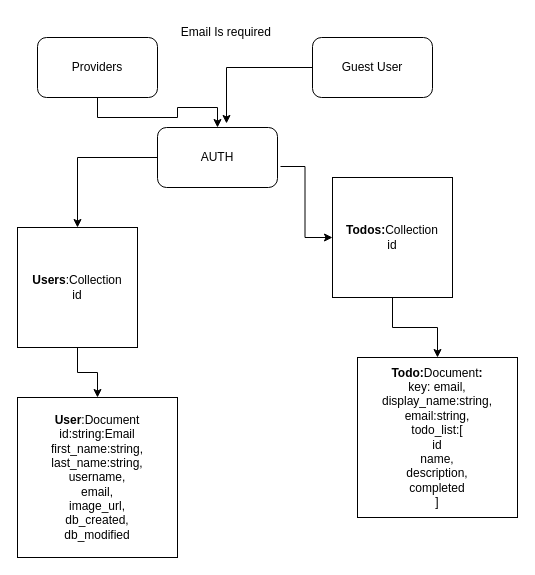
Above: page "Page-1" (1 of 2) of UI/Basic_Todo_App_DB_Mongo.drawio in NorbertoStudios/Basic_Todo_App (draw.io), before the change. Source tidied: cells renumbered, new cells numbered last; positions are measured from the earlier drawing's top-left corner, leaving out a move shared by most shapes. Both pictures are drawn from the tidied source at 100%, with x=0, y=0 at pixel (17, 17).
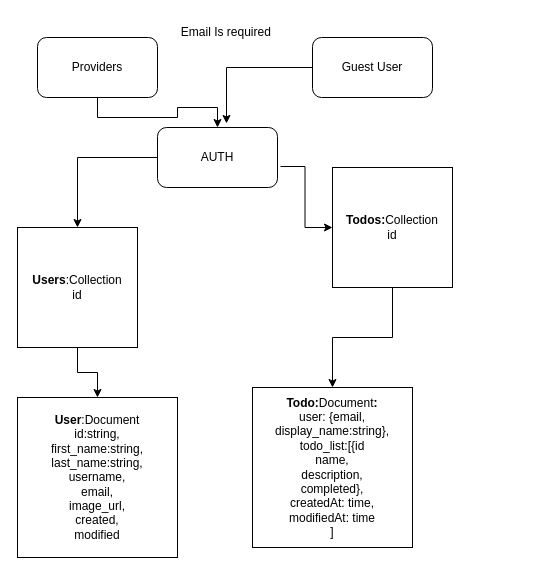
The same diagram, later.

Change to the diagram source:
```diff
@@
 <mxGraphModel>
   <root>
     <mxCell id="0" />
     <mxCell id="1" parent="0" />
     <mxCell id="2" style="edgeStyle=orthogonalEdgeStyle;rounded=0;jettySize=auto;html=1;entryX=0.5;entryY=0;entryDx=0;entryDy=0;" parent="1" edge="1" source="4" target="10">
       <mxGeometry relative="1" as="geometry" />
     </mxCell>
     <mxCell id="3" style="edgeStyle=orthogonalEdgeStyle;rounded=0;jettySize=auto;html=1;exitX=1.025;exitY=0.65;exitDx=0;exitDy=0;exitPerimeter=0;" parent="1" edge="1" source="15" target="12">
       <mxGeometry relative="1" as="geometry" />
     </mxCell>
     <mxCell id="4" value="&lt;b&gt;Users&lt;/b&gt;:Collection&lt;br&gt;id" style="whiteSpace=wrap;html=1;" parent="1" vertex="1">
       <mxGeometry y="210" width="120" height="120" as="geometry" />
     </mxCell>
     <mxCell id="5" style="edgeStyle=orthogonalEdgeStyle;rounded=0;jettySize=auto;html=1;" parent="1" edge="1" source="6" target="15">
       <mxGeometry relative="1" as="geometry" />
     </mxCell>
     <mxCell id="6" value="Providers" style="rounded=1;whiteSpace=wrap;html=1;" parent="1" vertex="1">
       <mxGeometry x="20" y="20" width="120" height="60" as="geometry" />
     </mxCell>
     <mxCell id="7" style="edgeStyle=orthogonalEdgeStyle;rounded=0;jettySize=auto;html=1;entryX=0.575;entryY=-0.067;entryDx=0;entryDy=0;entryPerimeter=0;" parent="1" edge="1" source="8" target="15">
       <mxGeometry relative="1" as="geometry" />
     </mxCell>
     <mxCell id="8" value="Guest User" style="rounded=1;whiteSpace=wrap;html=1;" parent="1" vertex="1">
       <mxGeometry x="295" y="20" width="120" height="60" as="geometry" />
     </mxCell>
     <mxCell id="9" value="Email Is required&amp;nbsp;" style="text;html=1;align=center;verticalAlign=middle;strokeColor=none;fillColor=none;" parent="1" vertex="1">
       <mxGeometry x="150" width="120" height="30" as="geometry" />
     </mxCell>
-    <mxCell id="10" value="&lt;b&gt;User&lt;/b&gt;:Document&lt;br&gt;id:string:Email&lt;br&gt;first_name:string,&lt;br&gt;last_name:string,&lt;br&gt;username,&lt;br&gt;email,&lt;br&gt;image_url,&lt;br&gt;&lt;div&gt;db_created,&lt;/div&gt;&lt;div&gt;db_modified&lt;/div&gt;" style="whiteSpace=wrap;html=1;" parent="1" vertex="1">
+    <mxCell id="10" value="&lt;b&gt;User&lt;/b&gt;:Document&lt;br&gt;id:string,&lt;br&gt;first_name:string,&lt;br&gt;last_name:string,&lt;br&gt;username,&lt;br&gt;email,&lt;br&gt;image_url,&lt;br&gt;&lt;div&gt;created,&lt;/div&gt;&lt;div&gt;modified&lt;/div&gt;" style="whiteSpace=wrap;html=1;" parent="1" vertex="1">
       <mxGeometry y="380" width="160" height="160" as="geometry" />
     </mxCell>
     <mxCell id="11" style="edgeStyle=orthogonalEdgeStyle;rounded=0;jettySize=auto;html=1;" parent="1" edge="1" source="12" target="13">
       <mxGeometry relative="1" as="geometry" />
     </mxCell>
     <mxCell id="12" value="&lt;b&gt;Todos:&lt;/b&gt;Collection&lt;br&gt;id" style="whiteSpace=wrap;html=1;" parent="1" vertex="1">
-      <mxGeometry x="315" y="160" width="120" height="120" as="geometry" />
+      <mxGeometry x="315" y="150" width="120" height="120" as="geometry" />
     </mxCell>
-    <mxCell id="13" value="&lt;b&gt;Todo:&lt;/b&gt;Document&lt;b&gt;:&lt;br&gt;&lt;/b&gt;key: email,&lt;br&gt;display_name:string,&lt;br&gt;email:string,&lt;br&gt;todo_list:[&lt;br&gt;id&lt;br&gt;name,&lt;br&gt;description,&lt;br&gt;completed&lt;br&gt;]" style="whiteSpace=wrap;html=1;" parent="1" vertex="1">
-      <mxGeometry x="340" y="340" width="160" height="160" as="geometry" />
+    <mxCell id="13" value="&lt;b&gt;Todo:&lt;/b&gt;Document&lt;b&gt;:&lt;br&gt;&lt;/b&gt;user: {email,&lt;br&gt;display_name:string},&lt;br&gt;todo_list:[{id&lt;br&gt;name,&lt;br&gt;description,&lt;br&gt;completed},&lt;br&gt;createdAt: time,&lt;br&gt;modifiedAt: time&lt;br&gt;]" style="whiteSpace=wrap;html=1;" parent="1" vertex="1">
+      <mxGeometry x="235" y="370" width="160" height="160" as="geometry" />
     </mxCell>
     <mxCell id="14" style="edgeStyle=orthogonalEdgeStyle;rounded=0;jettySize=auto;html=1;" parent="1" edge="1" source="15" target="4">
       <mxGeometry relative="1" as="geometry" />
     </mxCell>
     <mxCell id="15" value="AUTH" style="rounded=1;whiteSpace=wrap;html=1;" parent="1" vertex="1">
       <mxGeometry x="140" y="110" width="120" height="60" as="geometry" />
     </mxCell>
   </root>
 </mxGraphModel>
```
